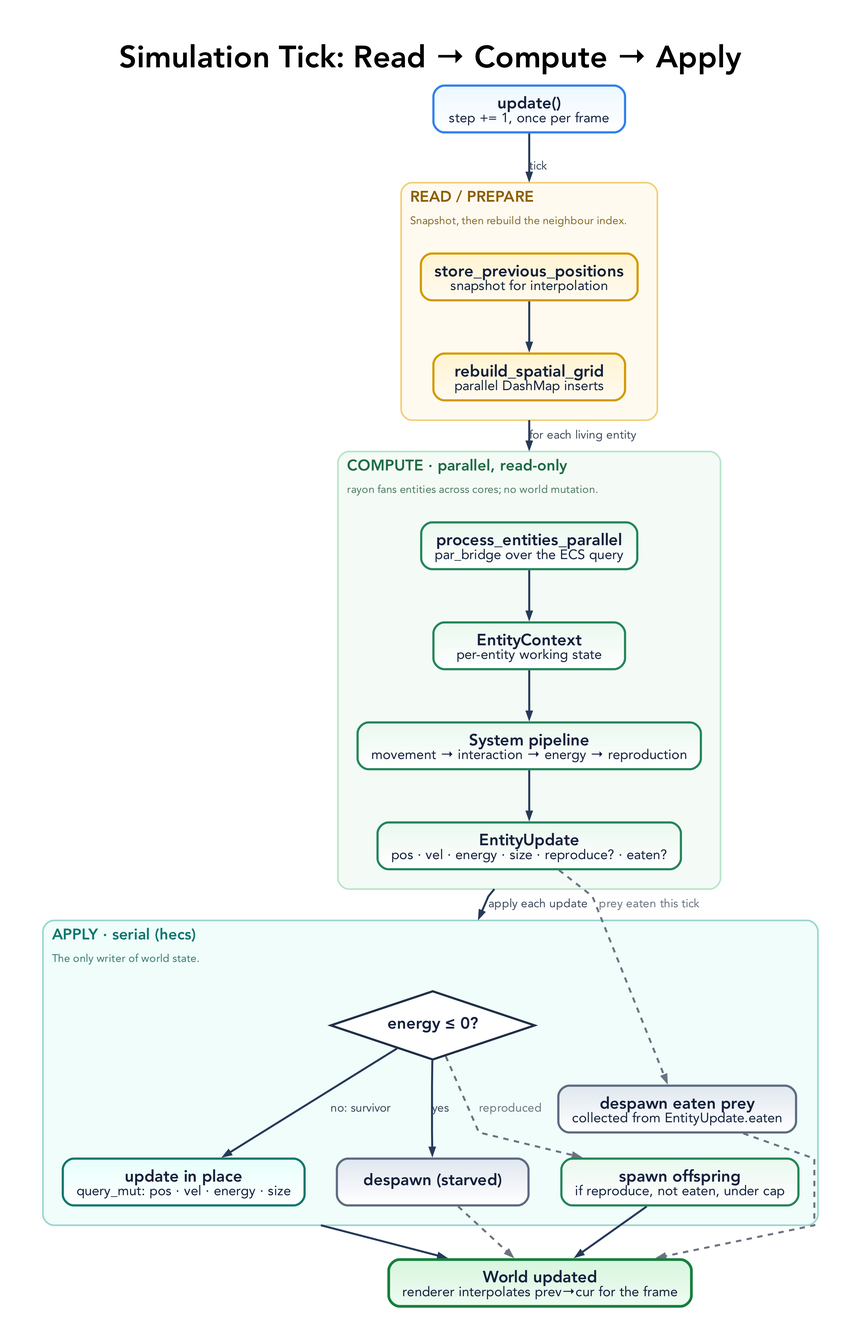
Before: docs/diagrams/simulation-tick.png, a diagram exported from Graphviz (rgilks/evo). Its source is kept beside it as docs/diagrams/simulation-tick.dot. Source of this version:
```dot
digraph SimulationTick {
  graph [
    rankdir=TB,
    bgcolor="#ffffff",
    pad="0.55",
    nodesep="0.50",
    ranksep="0.80",
    splines=polyline,
    outputorder=edgesfirst,
    compound=true,
    newrank=true,
    forcelabels=true,
    fontname="Avenir",
    label=<
      <TABLE BORDER="0" CELLBORDER="0" CELLSPACING="0" CELLPADDING="0">
        <TR><TD><FONT POINT-SIZE="34"><B>Simulation Tick: Read &#8594; Compute &#8594; Apply</B></FONT></TD></TR>
      </TABLE>
    >,
    labelloc=t,
    labeljust=c
  ];

  node [
    shape=box,
    style="rounded,filled",
    margin="0.21,0.13",
    width=2.95,
    height=0.72,
    fixedsize=false,
    fontname="Avenir",
    fontsize=18,
    penwidth=2.4,
    fontcolor="#14213d",
    color="#2264c7",
    fillcolor="#eaf3ff:#ffffff",
    gradientangle=270
  ];

  edge [
    color="#263a59",
    fontname="Avenir",
    fontsize=13,
    fontcolor="#3d4a5c",
    penwidth=2.2,
    arrowsize=0.78
  ];

  T0 [label=<<B>update()</B><BR/><FONT POINT-SIZE="15">step += 1, once per frame</FONT>>, fillcolor="#edf7ff:#ffffff", color="#2f80ed"];

  subgraph cluster_read {
    graph [
      label=<
        <TABLE BORDER="0" CELLBORDER="0" CELLSPACING="0" CELLPADDING="2">
          <TR><TD ALIGN="LEFT"><FONT POINT-SIZE="17" COLOR="#8a5f00"><B>READ / PREPARE</B></FONT></TD></TR>
          <TR><TD ALIGN="LEFT"><FONT POINT-SIZE="12" COLOR="#836b27">Snapshot, then rebuild the neighbour index.</FONT></TD></TR>
        </TABLE>
      >,
      labelloc=t, labeljust=l,
      color="#f2cf78", fillcolor="#fffaf0", style="rounded,filled", penwidth=1.8, margin=22
    ];
    R1 [label=<<B>store_previous_positions</B><BR/><FONT POINT-SIZE="15">snapshot for interpolation</FONT>>, fillcolor="#fff4d1:#fffaf0", color="#d39a00"];
    R2 [label=<<B>rebuild_spatial_grid</B><BR/><FONT POINT-SIZE="15">parallel DashMap inserts</FONT>>, fillcolor="#fff4d1:#fffaf0", color="#d39a00"];
    R1 -> R2;
  }

  subgraph cluster_compute {
    graph [
      label=<
        <TABLE BORDER="0" CELLBORDER="0" CELLSPACING="0" CELLPADDING="2">
          <TR><TD ALIGN="LEFT"><FONT POINT-SIZE="17" COLOR="#1e6b43"><B>COMPUTE &#183; parallel, read-only</B></FONT></TD></TR>
          <TR><TD ALIGN="LEFT"><FONT POINT-SIZE="12" COLOR="#4e7a61">rayon fans entities across cores; no world mutation.</FONT></TD></TR>
        </TABLE>
      >,
      labelloc=t, labeljust=l,
      color="#b8e5c8", fillcolor="#f4fbf6", style="rounded,filled", penwidth=1.8, margin=22
    ];
    P1 [label=<<B>process_entities_parallel</B><BR/><FONT POINT-SIZE="15">par_bridge over the ECS query</FONT>>, fillcolor="#eaf8ef:#ffffff", color="#22865a"];
    P2 [label=<<B>EntityContext</B><BR/><FONT POINT-SIZE="15">per-entity working state</FONT>>, fillcolor="#eaf8ef:#ffffff", color="#22865a"];
    P3 [label=<<B>System pipeline</B><BR/><FONT POINT-SIZE="15">movement → interaction → energy → reproduction</FONT>>, fillcolor="#eaf8ef:#ffffff", color="#22865a"];
    P4 [label=<<B>EntityUpdate</B><BR/><FONT POINT-SIZE="15">pos · vel · energy · size · reproduce? · eaten?</FONT>>, fillcolor="#eaf8ef:#ffffff", color="#22865a"];
    P1 -> P2 -> P3 -> P4;
  }

  subgraph cluster_apply {
    graph [
      label=<
        <TABLE BORDER="0" CELLBORDER="0" CELLSPACING="0" CELLPADDING="2">
          <TR><TD ALIGN="LEFT"><FONT POINT-SIZE="17" COLOR="#0f766e"><B>APPLY &#183; serial (hecs)</B></FONT></TD></TR>
          <TR><TD ALIGN="LEFT"><FONT POINT-SIZE="12" COLOR="#357a74">The only writer of world state.</FONT></TD></TR>
        </TABLE>
      >,
      labelloc=t, labeljust=l,
      color="#99d5cf", fillcolor="#f0fdfa", style="rounded,filled", penwidth=1.8, margin=22
    ];

    DQ1 [label=<<B>energy &#8804; 0?</B>>, shape=diamond, style=filled, width=2.4, height=1.05, fillcolor="#ffffff", color="#1f2f46", penwidth=2.4];
    ALIVE [label=<<B>update in place</B><BR/><FONT POINT-SIZE="15">query_mut: pos · vel · energy · size</FONT>>, fillcolor="#e6fffb:#ffffff", color="#0f766e"];
    DEAD [label=<<B>despawn (starved)</B>>, fillcolor="#e0e7ef:#ffffff", color="#5b6b80"];
    EATEN [label=<<B>despawn eaten prey</B><BR/><FONT POINT-SIZE="15">collected from EntityUpdate.eaten</FONT>>, fillcolor="#e0e7ef:#ffffff", color="#5b6b80"];
    OFF [label=<<B>spawn offspring</B><BR/><FONT POINT-SIZE="15">if reproduce, not eaten, under cap</FONT>>, fillcolor="#eaf8ef:#ffffff", color="#22865a"];
  }

  WORLD [label=<<B>World updated</B><BR/><FONT POINT-SIZE="15">renderer interpolates prev&#8594;cur for the frame</FONT>>, fillcolor="#d8f5de:#effcf2", color="#15803d", penwidth=3.0];

  T0 -> R1 [lhead=cluster_read, label="tick"];
  R2 -> P1 [ltail=cluster_read, lhead=cluster_compute, label="for each living entity"];
  P4 -> DQ1 [ltail=cluster_compute, lhead=cluster_apply, label="apply each update"];

  DQ1 -> DEAD [label="yes"];
  DQ1 -> ALIVE [label="no: survivor"];
  DQ1 -> OFF [label="reproduced", color="#6b7280", fontcolor="#6b7280", style=dashed, constraint=false];
  P4 -> EATEN [label="prey eaten this tick", color="#6b7280", fontcolor="#6b7280", style=dashed];

  ALIVE -> WORLD [ltail=cluster_apply];
  DEAD -> WORLD [color="#6b7280", fontcolor="#6b7280", style=dashed];
  EATEN -> WORLD [color="#6b7280", fontcolor="#6b7280", style=dashed];
  OFF -> WORLD;
}
```
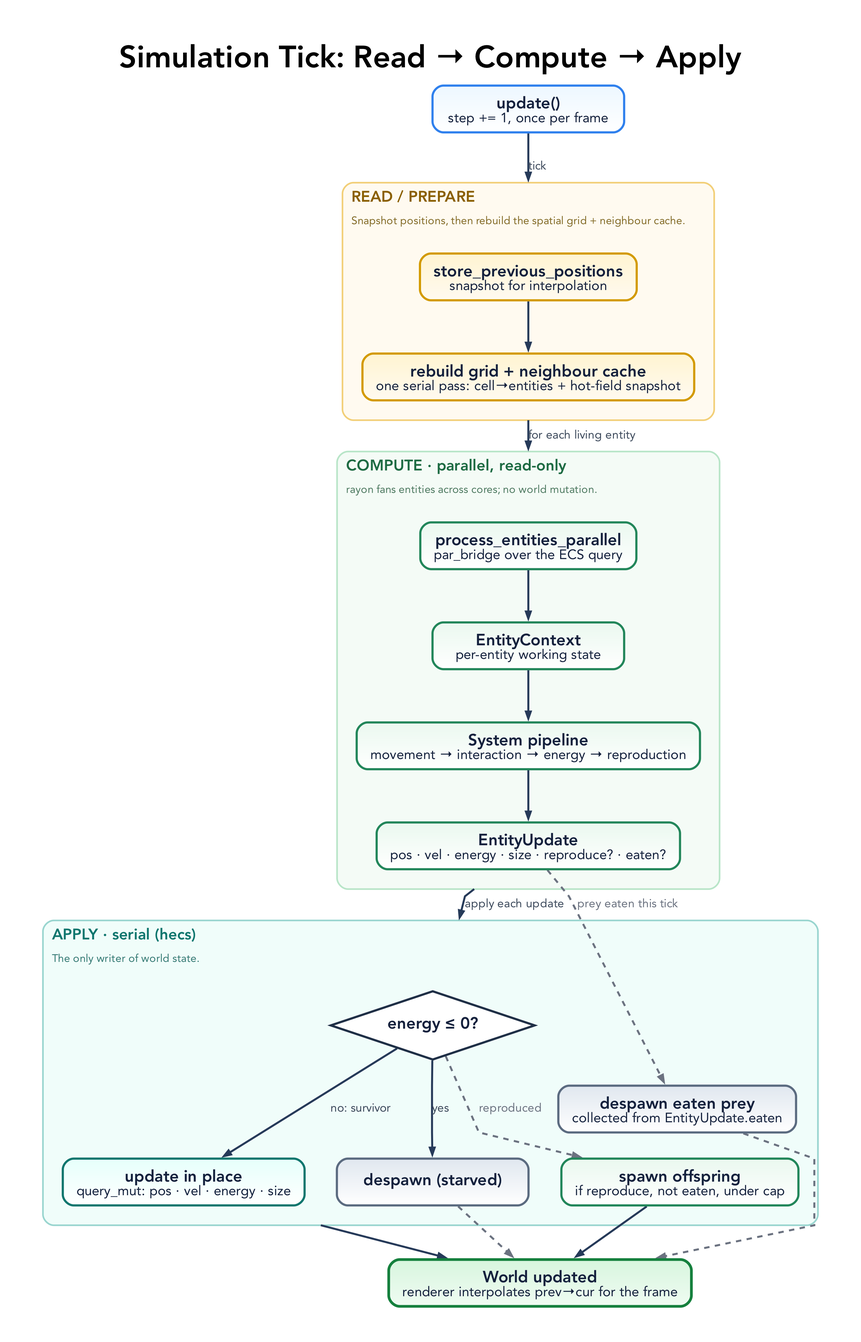
The same file after the commit.

Commit message:
Diagrams: correct stale DashMap reference

The edit, as a diff of the source:
```diff
@@ -52,14 +52,14 @@
       label=<
         <TABLE BORDER="0" CELLBORDER="0" CELLSPACING="0" CELLPADDING="2">
           <TR><TD ALIGN="LEFT"><FONT POINT-SIZE="17" COLOR="#8a5f00"><B>READ / PREPARE</B></FONT></TD></TR>
-          <TR><TD ALIGN="LEFT"><FONT POINT-SIZE="12" COLOR="#836b27">Snapshot, then rebuild the neighbour index.</FONT></TD></TR>
+          <TR><TD ALIGN="LEFT"><FONT POINT-SIZE="12" COLOR="#836b27">Snapshot positions, then rebuild the spatial grid + neighbour cache.</FONT></TD></TR>
         </TABLE>
       >,
       labelloc=t, labeljust=l,
       color="#f2cf78", fillcolor="#fffaf0", style="rounded,filled", penwidth=1.8, margin=22
     ];
     R1 [label=<<B>store_previous_positions</B><BR/><FONT POINT-SIZE="15">snapshot for interpolation</FONT>>, fillcolor="#fff4d1:#fffaf0", color="#d39a00"];
-    R2 [label=<<B>rebuild_spatial_grid</B><BR/><FONT POINT-SIZE="15">parallel DashMap inserts</FONT>>, fillcolor="#fff4d1:#fffaf0", color="#d39a00"];
+    R2 [label=<<B>rebuild grid + neighbour cache</B><BR/><FONT POINT-SIZE="15">one serial pass: cell&#8594;entities + hot-field snapshot</FONT>>, fillcolor="#fff4d1:#fffaf0", color="#d39a00"];
     R1 -> R2;
   }
 
```
